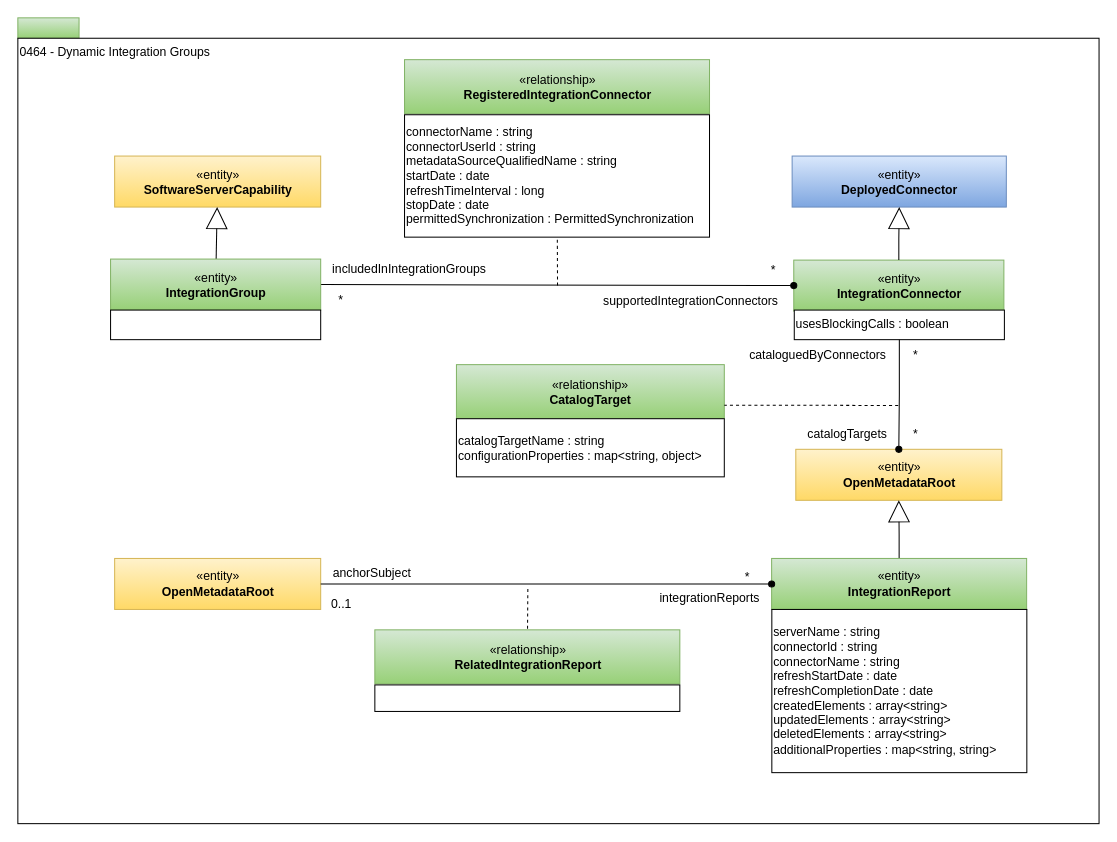
Earlier version of the draw.io diagram page "0464-Dynamic-Integration-Groups" (24 of 32) of site/docs/types/4/area-4-governance.drawio (odpi/egeria-docs). Source tidied: cells renumbered, new cells numbered last; positions are measured from the earlier drawing's top-left corner, leaving out a move shared by most shapes. Both pictures are drawn from the tidied source at 102%, with x=0, y=0 at pixel (17, 17).
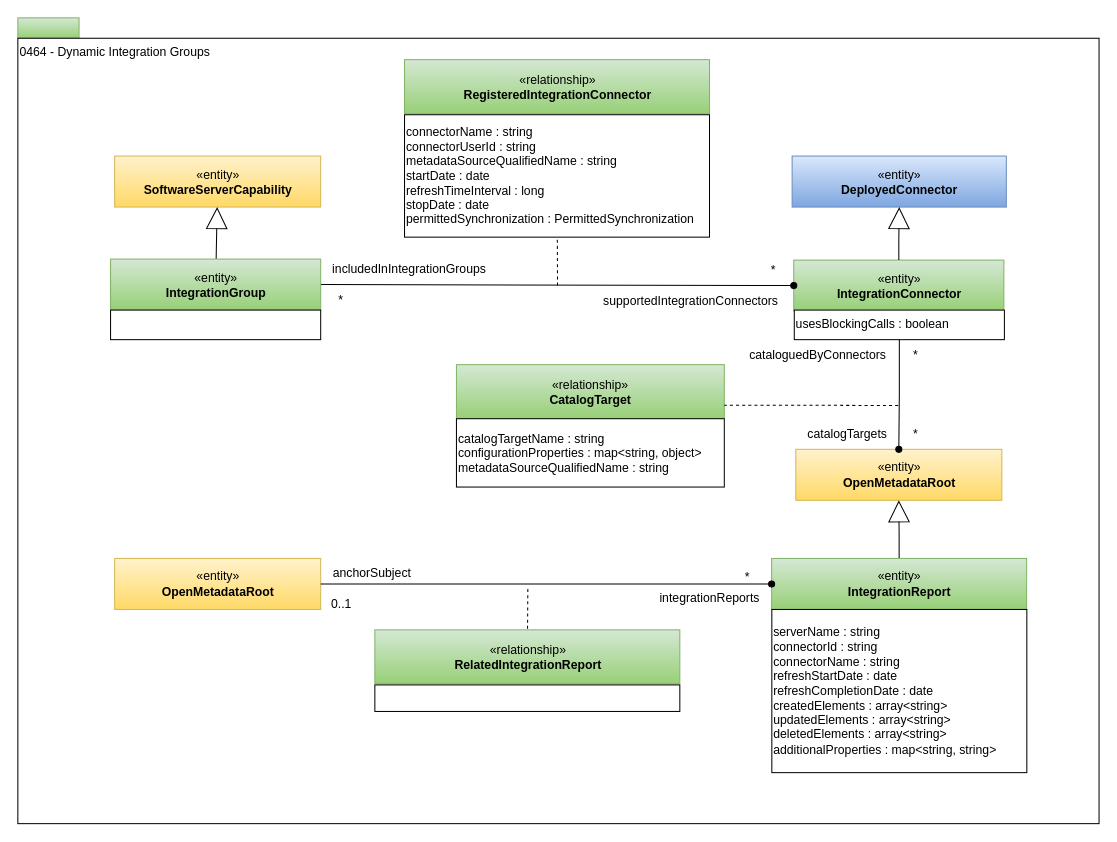
Above is the later version.

Diff of the diagram source:
```diff
@@
-    <mxCell id="23" value="catalogTargetName : string&lt;br&gt;configurationProperties : map&amp;lt;string, object&amp;gt;" style="rounded=0;whiteSpace=wrap;html=1;strokeColor=#000000;align=left;fillColor=#ffffff;" parent="1" vertex="1">
-      <mxGeometry x="430" y="393" width="262.6" height="57" as="geometry" />
+    <mxCell id="23" value="catalogTargetName : string&lt;br&gt;configurationProperties : map&amp;lt;string, object&amp;gt;&lt;br&gt;metadataSourceQualifiedName : string" style="rounded=0;whiteSpace=wrap;html=1;strokeColor=#000000;align=left;fillColor=#ffffff;" parent="1" vertex="1">
+      <mxGeometry x="430" y="393" width="262.6" height="67" as="geometry" />
     </mxCell>
```
